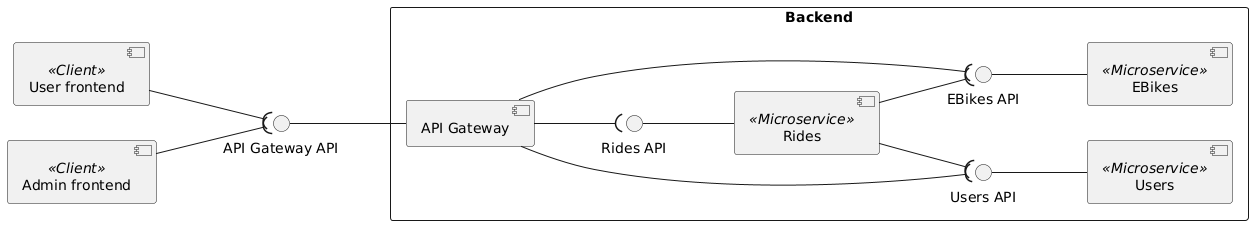
Ventus218/SAP-assignment-02 keeps this PlantUML diagram as doc/diagrams/components.png. Above is the earlier version. Source of this version:
```plantuml
@startuml components

left to right direction

component "User frontend" as UserFE <<Client>>
component "Admin frontend" as AdminFE <<Client>>

rectangle Backend {
    component "API Gateway" as APIGateway

    component "EBikes" as EBikes <<Microservice>>
    interface "EBikes API" as EBikesAPI
    APIGateway --( EBikesAPI
    EBikes -u-() EBikesAPI

    component "Users" as Users <<Microservice>>
    interface "Users API" as UsersAPI
    APIGateway --( UsersAPI
    Users -u-() UsersAPI

    component "Rides" as Rides <<Microservice>>
    interface "Rides API" as RidesAPI
    APIGateway --( RidesAPI
    Rides -u-() RidesAPI
    Rides --( UsersAPI
    Rides --( EBikesAPI
}

APIGateway -u-() "API Gateway API"
UserFE --( "API Gateway API"
AdminFE --( "API Gateway API"

@enduml
```
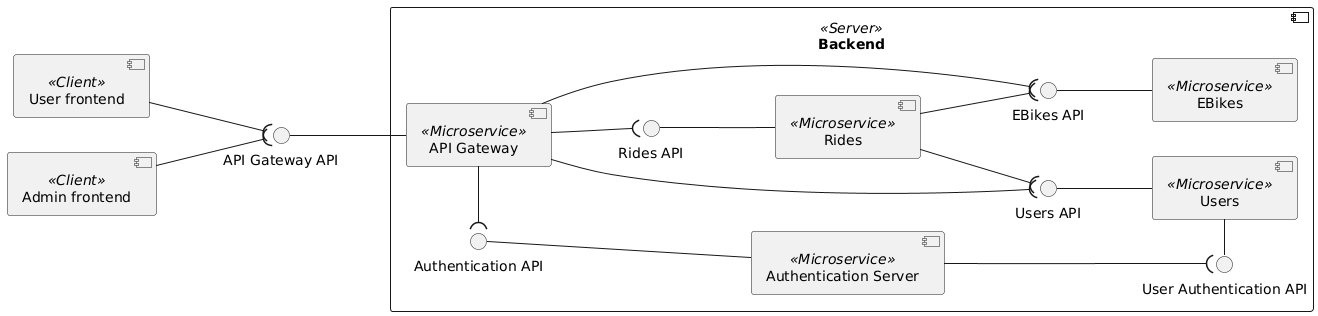
Above is the later version.

The edit, as a diff of the source:
```diff
@@ -5,8 +5,8 @@
 component "User frontend" as UserFE <<Client>>
 component "Admin frontend" as AdminFE <<Client>>
 
-rectangle Backend {
-    component "API Gateway" as APIGateway
+component Backend <<Server>> {
+    component "API Gateway" as APIGateway <<Microservice>>
 
     component "EBikes" as EBikes <<Microservice>>
     interface "EBikes API" as EBikesAPI
@@ -24,6 +24,15 @@
     Rides -u-() RidesAPI
     Rides --( UsersAPI
     Rides --( EBikesAPI
+
+    component "Authentication Server" as AuthServer <<Microservice>>
+    interface "Authentication API" as AuthAPI
+    APIGateway -l-( AuthAPI
+    AuthServer --u-() AuthAPI
+
+    interface "User Authentication API" as UserAuthAPI
+    AuthServer ---( UserAuthAPI
+    Users -l-() UserAuthAPI
 }
 
 APIGateway -u-() "API Gateway API"
```
